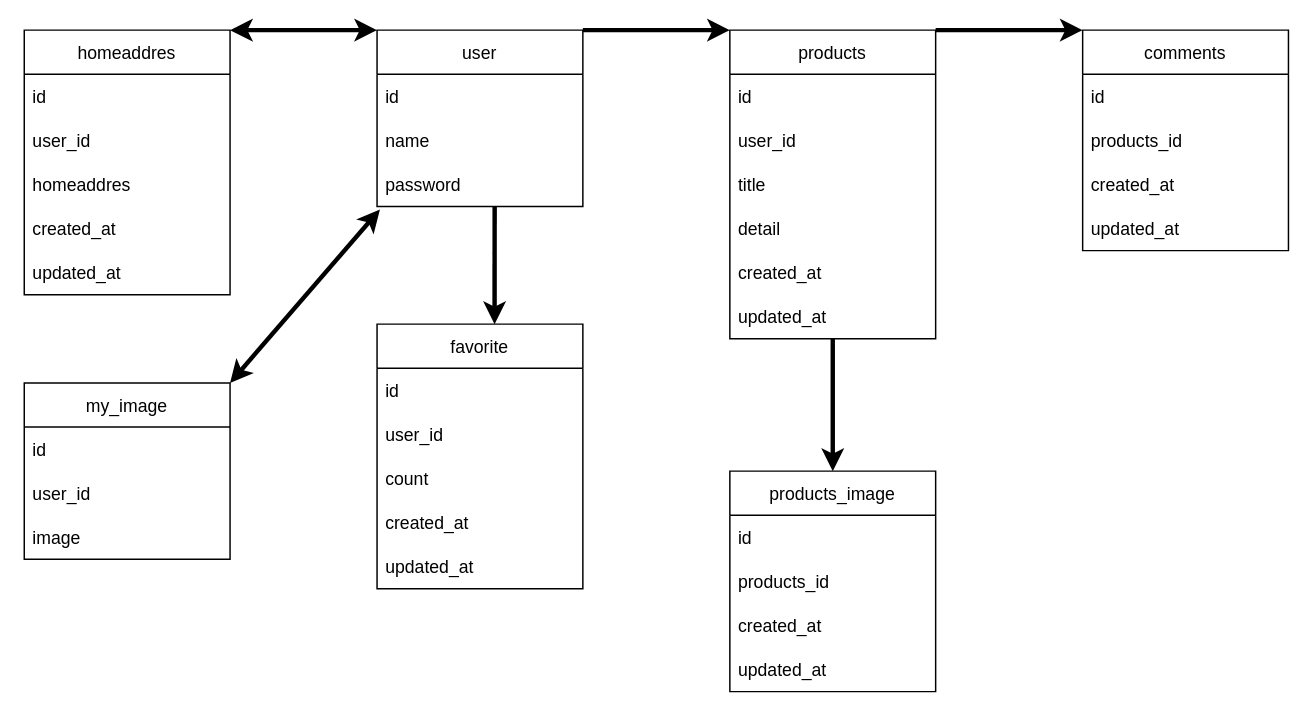
Arare0825/Handmade keeps this draw.io diagram as DB_Design.dio. Above is the earlier version. Source tidied: cells renumbered, new cells numbered last; positions are measured from the earlier drawing's top-left corner, leaving out a move shared by most shapes. Both pictures are drawn from the tidied source at 147%, with x=0, y=0 at pixel (24, 29).
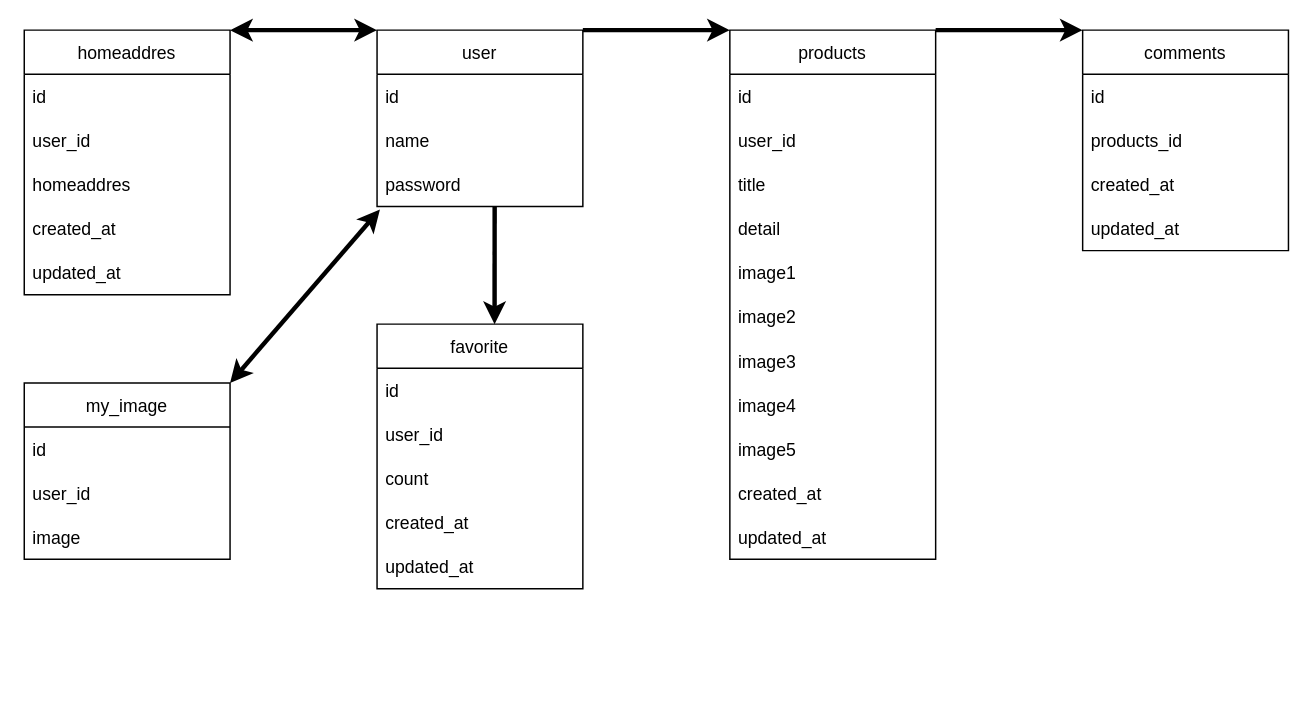
The same page after the edit.

Diff of the diagram source:
```diff
@@
     <mxCell id="6" value="products" style="swimlane;fontStyle=0;horizontal=1;startSize=30;" parent="1" vertex="1">
-      <mxGeometry x="480" width="140" height="210" as="geometry" />
+      <mxGeometry x="480" width="140" height="360" as="geometry" />
     </mxCell>
@@
+    <mxCell id="44" value="image1" style="text;strokeColor=none;fillColor=none;align=left;verticalAlign=middle;spacingLeft=4;spacingRight=4;overflow=hidden;" parent="6" vertex="1">
+      <mxGeometry y="150" width="140" height="30" as="geometry" />
+    </mxCell>
+    <mxCell id="45" value="image2" style="text;strokeColor=none;fillColor=none;align=left;verticalAlign=middle;spacingLeft=4;spacingRight=4;overflow=hidden;" parent="6" vertex="1">
+      <mxGeometry y="180" width="140" height="30" as="geometry" />
+    </mxCell>
+    <mxCell id="46" value="image3" style="text;strokeColor=none;fillColor=none;align=left;verticalAlign=middle;spacingLeft=4;spacingRight=4;overflow=hidden;" parent="6" vertex="1">
+      <mxGeometry y="210" width="140" height="30" as="geometry" />
+    </mxCell>
+    <mxCell id="47" value="image4" style="text;strokeColor=none;fillColor=none;align=left;verticalAlign=middle;spacingLeft=4;spacingRight=4;overflow=hidden;" parent="6" vertex="1">
+      <mxGeometry y="240" width="140" height="30" as="geometry" />
+    </mxCell>
+    <mxCell id="48" value="image5" style="text;strokeColor=none;fillColor=none;align=left;verticalAlign=middle;spacingLeft=4;spacingRight=4;overflow=hidden;" parent="6" vertex="1">
+      <mxGeometry y="270" width="140" height="30" as="geometry" />
+    </mxCell>
     <mxCell id="11" value="created_at" style="text;strokeColor=none;fillColor=none;align=left;verticalAlign=middle;spacingLeft=4;spacingRight=4;overflow=hidden;" parent="6" vertex="1">
-      <mxGeometry y="150" width="140" height="30" as="geometry" />
+      <mxGeometry y="300" width="140" height="30" as="geometry" />
     </mxCell>
     <mxCell id="12" value="updated_at" style="text;strokeColor=none;fillColor=none;align=left;verticalAlign=middle;spacingLeft=4;spacingRight=4;overflow=hidden;points=[[0,0.5],[1,0.5]];portConstraint=eastwest;" parent="6" vertex="1">
-      <mxGeometry y="180" width="140" height="30" as="geometry" />
+      <mxGeometry y="330" width="140" height="30" as="geometry" />
     </mxCell>
@@
-    <mxCell id="23" value="products_image" style="swimlane;fontStyle=0;horizontal=1;startSize=30;" parent="1" vertex="1">
-      <mxGeometry x="480" y="300" width="140" height="150" as="geometry" />
-    </mxCell>
-    <mxCell id="24" value="id" style="text;strokeColor=none;fillColor=none;align=left;verticalAlign=middle;spacingLeft=4;spacingRight=4;overflow=hidden;" parent="23" vertex="1">
-      <mxGeometry y="30" width="140" height="30" as="geometry" />
-    </mxCell>
-    <mxCell id="25" value="products_id" style="text;strokeColor=none;fillColor=none;align=left;verticalAlign=middle;spacingLeft=4;spacingRight=4;overflow=hidden;" parent="23" vertex="1">
-      <mxGeometry y="60" width="140" height="30" as="geometry" />
-    </mxCell>
-    <mxCell id="26" value="created_at" style="text;strokeColor=none;fillColor=none;align=left;verticalAlign=middle;spacingLeft=4;spacingRight=4;overflow=hidden;" parent="23" vertex="1">
-      <mxGeometry y="90" width="140" height="30" as="geometry" />
-    </mxCell>
-    <mxCell id="27" value="updated_at" style="text;strokeColor=none;fillColor=none;align=left;verticalAlign=middle;spacingLeft=4;spacingRight=4;overflow=hidden;" parent="23" vertex="1">
-      <mxGeometry y="120" width="140" height="30" as="geometry" />
-    </mxCell>
@@
-    <mxCell id="44" style="endArrow=classic;html=1;fontFamily=Helvetica;fontSize=12;fontColor=default;strokeWidth=3;exitX=0.5;exitY=1;exitDx=0;exitDy=0;exitPerimeter=0;entryX=0.5;entryY=0;entryDx=0;entryDy=0;" parent="1" edge="1" source="12" target="23">
-      <mxGeometry relative="1" as="geometry" />
-    </mxCell>
```
